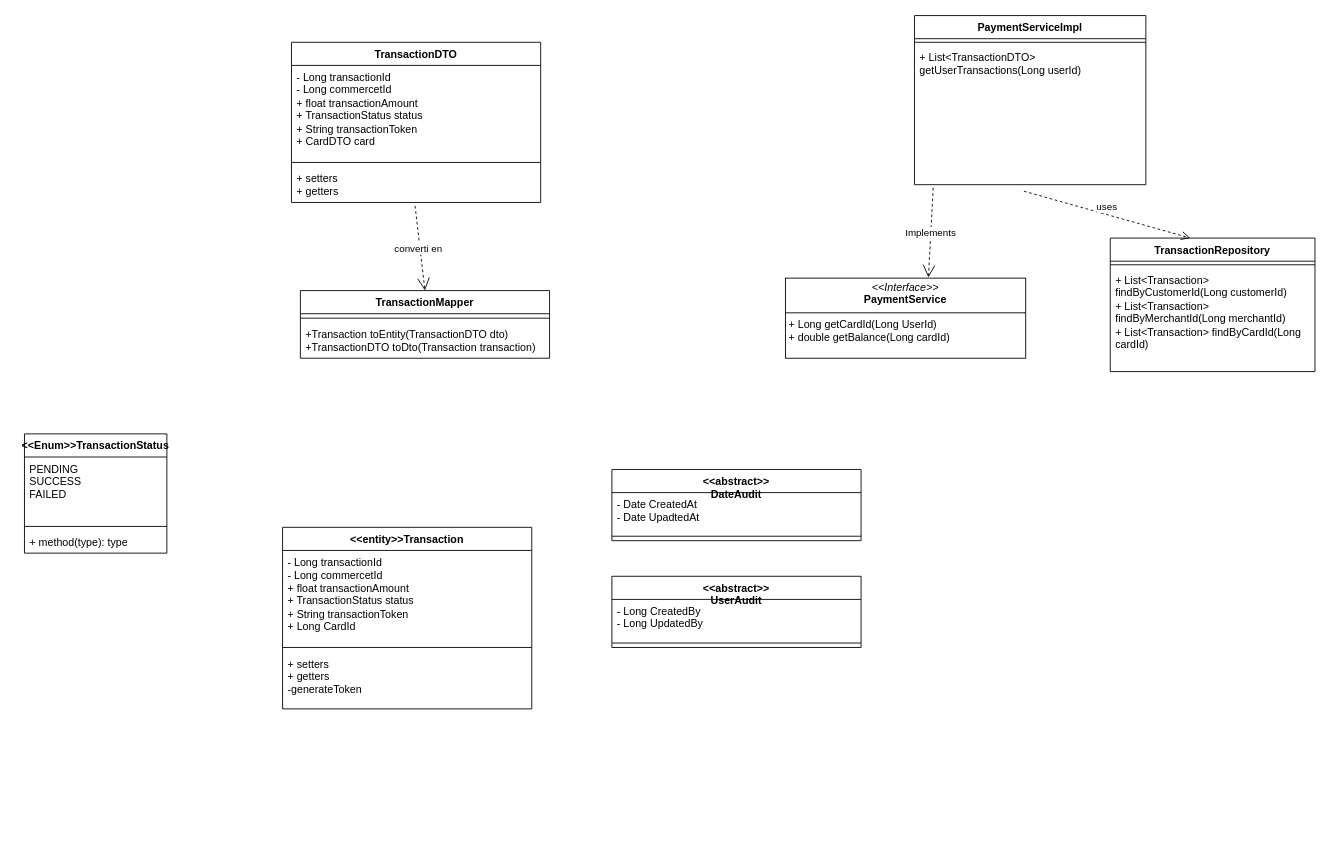
The draw.io diagram Diagramme_de_classe_payment_service.drawio in msisitr/aventix-design, before the edit. Source tidied: cells renumbered, new cells numbered last; positions are measured from the earlier drawing's top-left corner, leaving out a move shared by most shapes. Both pictures are drawn from the tidied source at 89%, with x=0, y=0 at pixel (24, 15).
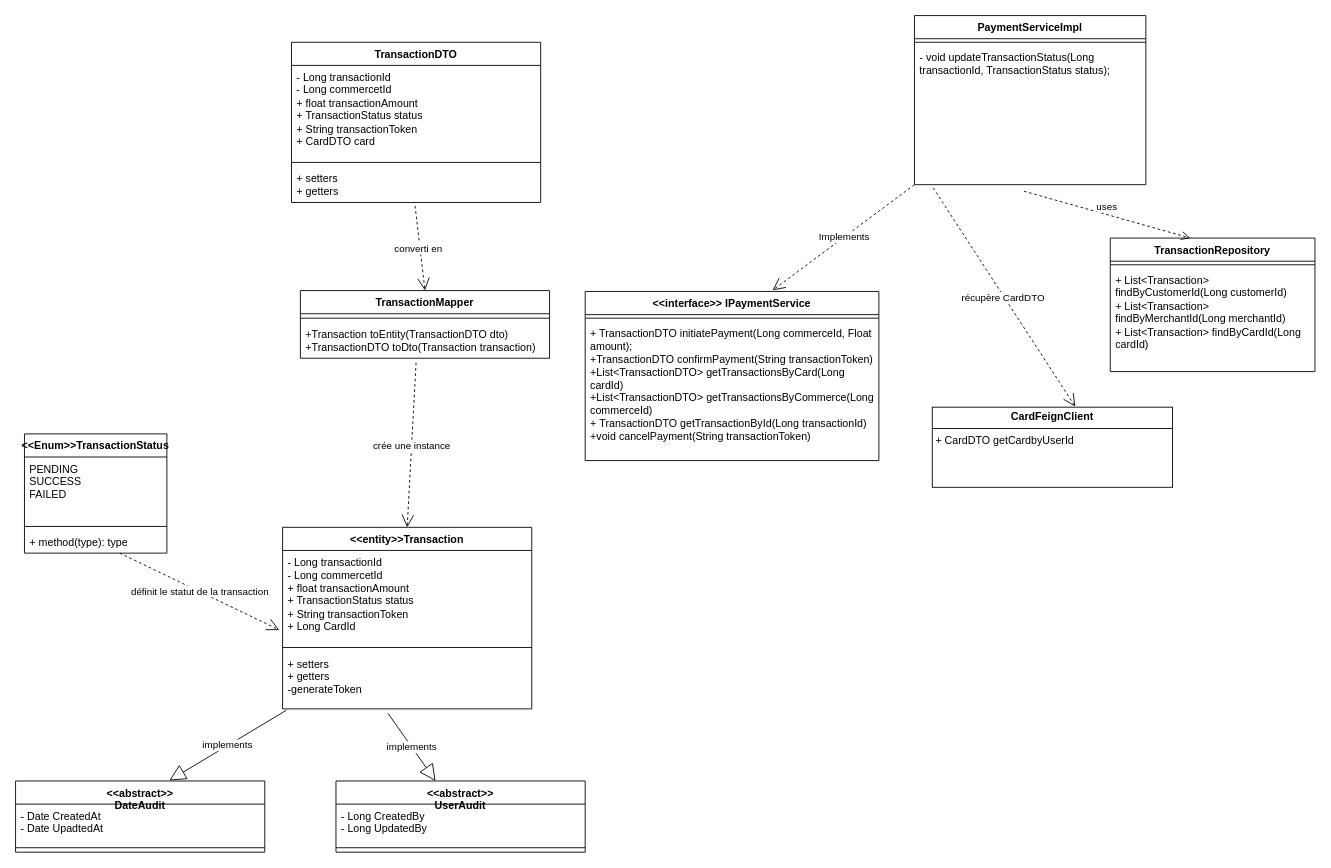
After the change.

Commit message:
manque la verification de l'iPaymentService

The change refers to these unchanged cells:
```xml
<mxCell id="4" value="PaymentServiceImpl" style="swimlane;fontStyle=1;align=center;verticalAlign=top;horizontal=1;startSize=26;whiteSpace=wrap;html=1;" parent="1" vertex="1">
  <mxGeometry x="1000" width="260" height="190" as="geometry" />
</mxCell>
<mxCell id="11" value="&lt;div&gt;&amp;lt;&amp;lt;entity&amp;gt;&amp;gt;&lt;span style=&quot;background-color: transparent; color: light-dark(rgb(0, 0, 0), rgb(255, 255, 255));&quot;&gt;Transaction&lt;/span&gt;&lt;/div&gt;" style="swimlane;fontStyle=1;align=center;verticalAlign=top;horizontal=1;startSize=26;whiteSpace=wrap;html=1;" parent="1" vertex="1">
  <mxGeometry x="290" y="575" width="280" height="204" as="geometry" />
</mxCell>
<mxCell id="12" value="- Long transactionId&lt;div&gt;- Long commercetId&lt;/div&gt;&lt;div&gt;+ float transactionAmount&amp;nbsp;&lt;/div&gt;&lt;div&gt;+ TransactionStatus status&lt;/div&gt;&lt;div&gt;+ String transactionToken&lt;/div&gt;&lt;div&gt;+ Long CardId&lt;/div&gt;&lt;div&gt;&lt;br&gt;&lt;/div&gt;&lt;div&gt;&lt;br&gt;&lt;/div&gt;&lt;div&gt;&lt;br&gt;&lt;/div&gt;" style="text;strokeColor=none;fillColor=none;align=left;verticalAlign=top;spacingLeft=4;spacingRight=4;overflow=hidden;points=[[0,0.5],[1,0.5]];portConstraint=eastwest;whiteSpace=wrap;html=1;" parent="11" vertex="1">
  <mxGeometry y="26" width="280" height="104" as="geometry" />
</mxCell>
<mxCell id="14" value="+ setters&amp;nbsp;&lt;div&gt;+ getters&lt;/div&gt;&lt;div&gt;-generateToken&lt;/div&gt;&lt;div&gt;&amp;nbsp;&lt;/div&gt;&lt;div&gt;&lt;br&gt;&lt;/div&gt;" style="text;strokeColor=none;fillColor=none;align=left;verticalAlign=top;spacingLeft=4;spacingRight=4;overflow=hidden;points=[[0,0.5],[1,0.5]];portConstraint=eastwest;whiteSpace=wrap;html=1;" parent="11" vertex="1">
  <mxGeometry y="140" width="280" height="64" as="geometry" />
</mxCell>
<mxCell id="31" value="+ method(type): type" style="text;strokeColor=none;fillColor=none;align=left;verticalAlign=top;spacingLeft=4;spacingRight=4;overflow=hidden;points=[[0,0.5],[1,0.5]];portConstraint=eastwest;whiteSpace=wrap;html=1;" parent="28" vertex="1">
  <mxGeometry y="108" width="160" height="26" as="geometry" />
</mxCell>
```

The edit, as a diff of the source:
```diff
@@
-    <mxCell id="2" value="&lt;p style=&quot;margin:0px;margin-top:4px;text-align:center;&quot;&gt;&lt;i&gt;&amp;lt;&amp;lt;Interface&amp;gt;&amp;gt;&lt;/i&gt;&lt;br&gt;&lt;b&gt;PaymentService&lt;/b&gt;&lt;/p&gt;&lt;hr size=&quot;1&quot; style=&quot;border-style:solid;&quot;&gt;&lt;p style=&quot;margin:0px;margin-left:4px;&quot;&gt;&lt;/p&gt;&lt;p style=&quot;margin:0px;margin-left:4px;&quot;&gt;+ Long getCardId(Long UserId)&lt;br&gt;+ double getBalance(Long cardId)&lt;/p&gt;" style="verticalAlign=top;align=left;overflow=fill;html=1;whiteSpace=wrap;" parent="1" vertex="1">
-      <mxGeometry x="855" y="295" width="270" height="90" as="geometry" />
+    <mxCell id="2" value="&lt;p style=&quot;margin:0px;margin-top:4px;text-align:center;&quot;&gt;&lt;b&gt;CardFeignClient&lt;/b&gt;&lt;/p&gt;&lt;hr size=&quot;1&quot; style=&quot;border-style:solid;&quot;&gt;&lt;p style=&quot;margin:0px;margin-left:4px;&quot;&gt;&lt;/p&gt;&lt;p style=&quot;margin:0px;margin-left:4px;&quot;&gt;+ CardDTO getCardbyUserId&lt;/p&gt;&lt;p style=&quot;margin:0px;margin-left:4px;&quot;&gt;&lt;br&gt;&lt;/p&gt;" style="verticalAlign=top;align=left;overflow=fill;html=1;whiteSpace=wrap;" parent="1" vertex="1">
+      <mxGeometry x="1020" y="440" width="270" height="90" as="geometry" />
     </mxCell>
-    <mxCell id="3" value="Implements" style="endArrow=open;endSize=12;dashed=1;html=1;rounded=0;entryX=0.595;entryY=-0.007;entryDx=0;entryDy=0;entryPerimeter=0;exitX=0.081;exitY=1.023;exitDx=0;exitDy=0;exitPerimeter=0;" parent="1" edge="1" source="6" target="2">
+    <mxCell id="3" value="récupère CardDTO&amp;nbsp;" style="endArrow=open;endSize=12;dashed=1;html=1;rounded=0;entryX=0.595;entryY=-0.007;entryDx=0;entryDy=0;entryPerimeter=0;exitX=0.081;exitY=1.023;exitDx=0;exitDy=0;exitPerimeter=0;" parent="1" edge="1" source="6" target="2">
       <mxGeometry relative="1" as="geometry" />
     </mxCell>
@@
-    <mxCell id="6" value="&lt;div&gt;+ List&amp;lt;TransactionDTO&amp;gt; getUserTransactions(Long userId)&lt;/div&gt;&lt;div&gt;&lt;br&gt;&lt;/div&gt;&lt;div&gt;&lt;br&gt;&lt;/div&gt;&lt;div&gt;&amp;nbsp;&lt;/div&gt;&lt;div&gt;&lt;br&gt;&lt;/div&gt;&lt;div&gt;&lt;br&gt;&lt;/div&gt;&lt;div&gt;&lt;br&gt;&lt;/div&gt;" style="text;strokeColor=none;fillColor=none;align=left;verticalAlign=top;spacingLeft=4;spacingRight=4;overflow=hidden;points=[[0,0.5],[1,0.5]];portConstraint=eastwest;whiteSpace=wrap;html=1;" parent="4" vertex="1">
+    <mxCell id="6" value="&lt;div&gt;&lt;span class=&quot;hljs-keyword&quot;&gt;- void&lt;/span&gt; &lt;span class=&quot;hljs-title function_&quot;&gt;updateTransactionStatus&lt;/span&gt;&lt;span class=&quot;hljs-params&quot;&gt;(Long transactionId, TransactionStatus status)&lt;/span&gt;;&lt;/div&gt;" style="text;strokeColor=none;fillColor=none;align=left;verticalAlign=top;spacingLeft=4;spacingRight=4;overflow=hidden;points=[[0,0.5],[1,0.5]];portConstraint=eastwest;whiteSpace=wrap;html=1;" parent="4" vertex="1">
       <mxGeometry y="34" width="260" height="156" as="geometry" />
     </mxCell>
@@
     <mxCell id="22" value="&lt;div&gt;&amp;lt;&amp;lt;abstract&amp;gt;&amp;gt;&lt;/div&gt;&lt;div&gt;DateAudit&lt;/div&gt;" style="swimlane;fontStyle=1;align=center;verticalAlign=top;horizontal=1;startSize=26;whiteSpace=wrap;html=1;" parent="1" vertex="1">
-      <mxGeometry x="660" y="510" width="280" height="80" as="geometry" />
+      <mxGeometry x="-10" y="860" width="280" height="80" as="geometry" />
     </mxCell>
@@
     <mxCell id="25" value="&lt;div&gt;&amp;lt;&amp;lt;abstract&amp;gt;&amp;gt;&lt;/div&gt;&lt;div&gt;UserAudit&lt;/div&gt;" style="swimlane;fontStyle=1;align=center;verticalAlign=top;horizontal=1;startSize=26;whiteSpace=wrap;html=1;" parent="1" vertex="1">
-      <mxGeometry x="660" y="630" width="280" height="80" as="geometry" />
+      <mxGeometry x="350" y="860" width="280" height="80" as="geometry" />
     </mxCell>
@@
+    <mxCell id="33" value="&amp;lt;&amp;lt;interface&amp;gt;&amp;gt; IPaymentService" style="swimlane;fontStyle=1;align=center;verticalAlign=top;horizontal=1;startSize=26;whiteSpace=wrap;html=1;" parent="1" vertex="1">
+      <mxGeometry x="630" y="310" width="330" height="190" as="geometry" />
+    </mxCell>
+    <mxCell id="34" style="line;strokeWidth=1;fillColor=none;align=left;verticalAlign=middle;spacingTop=-1;spacingLeft=3;spacingRight=3;labelPosition=right;strokeColor=inherit;" parent="33" vertex="1">
+      <mxGeometry y="26" width="330" height="8" as="geometry" />
+    </mxCell>
+    <mxCell id="35" value="+ TransactionDTO &lt;span class=&quot;hljs-title function_&quot;&gt;initiatePayment&lt;/span&gt;&lt;span class=&quot;hljs-params&quot;&gt;(Long commerceId, Float amount)&lt;/span&gt;;&lt;div&gt;+TransactionDTO &lt;span class=&quot;hljs-title function_&quot;&gt;confirmPayment&lt;/span&gt;&lt;span class=&quot;hljs-params&quot;&gt;(String transactionToken)&lt;/span&gt;&lt;/div&gt;&lt;div&gt;&lt;span class=&quot;hljs-params&quot;&gt;+&lt;/span&gt;&lt;span style=&quot;background-color: transparent; color: light-dark(rgb(0, 0, 0), rgb(255, 255, 255));&quot;&gt;List&amp;lt;TransactionDTO&amp;gt; &lt;/span&gt;&lt;span style=&quot;background-color: transparent; color: light-dark(rgb(0, 0, 0), rgb(255, 255, 255));&quot; class=&quot;hljs-title function_&quot;&gt;getTransactionsByCard&lt;/span&gt;&lt;span style=&quot;background-color: transparent; color: light-dark(rgb(0, 0, 0), rgb(255, 255, 255));&quot; class=&quot;hljs-params&quot;&gt;(Long cardId)&lt;/span&gt;&lt;/div&gt;&lt;div&gt;&lt;span style=&quot;background-color: transparent; color: light-dark(rgb(0, 0, 0), rgb(255, 255, 255));&quot; class=&quot;hljs-params&quot;&gt;+&lt;/span&gt;&lt;span style=&quot;background-color: transparent; color: light-dark(rgb(0, 0, 0), rgb(255, 255, 255));&quot;&gt;List&amp;lt;TransactionDTO&amp;gt; &lt;/span&gt;&lt;span style=&quot;background-color: transparent; color: light-dark(rgb(0, 0, 0), rgb(255, 255, 255));&quot; class=&quot;hljs-title function_&quot;&gt;getTransactionsByCommerce&lt;/span&gt;&lt;span style=&quot;background-color: transparent; color: light-dark(rgb(0, 0, 0), rgb(255, 255, 255));&quot; class=&quot;hljs-params&quot;&gt;(Long commerceId)&lt;/span&gt;&lt;/div&gt;&lt;div&gt;&lt;span style=&quot;background-color: transparent; color: light-dark(rgb(0, 0, 0), rgb(255, 255, 255));&quot; class=&quot;hljs-params&quot;&gt;+&amp;nbsp;&lt;/span&gt;&lt;span style=&quot;background-color: transparent; color: light-dark(rgb(0, 0, 0), rgb(255, 255, 255));&quot;&gt;TransactionDTO &lt;/span&gt;&lt;span style=&quot;background-color: transparent; color: light-dark(rgb(0, 0, 0), rgb(255, 255, 255));&quot; class=&quot;hljs-title function_&quot;&gt;getTransactionById&lt;/span&gt;&lt;span style=&quot;background-color: transparent; color: light-dark(rgb(0, 0, 0), rgb(255, 255, 255));&quot; class=&quot;hljs-params&quot;&gt;(Long transactionId)&lt;/span&gt;&lt;/div&gt;&lt;div&gt;&lt;span style=&quot;background-color: transparent; color: light-dark(rgb(0, 0, 0), rgb(255, 255, 255));&quot; class=&quot;hljs-params&quot;&gt;+&lt;/span&gt;&lt;span style=&quot;background-color: transparent; color: light-dark(rgb(0, 0, 0), rgb(255, 255, 255));&quot; class=&quot;hljs-keyword&quot;&gt;void&lt;/span&gt;&lt;span style=&quot;background-color: transparent; color: light-dark(rgb(0, 0, 0), rgb(255, 255, 255));&quot;&gt; &lt;/span&gt;&lt;span style=&quot;background-color: transparent; color: light-dark(rgb(0, 0, 0), rgb(255, 255, 255));&quot; class=&quot;hljs-title function_&quot;&gt;cancelPayment&lt;/span&gt;&lt;span style=&quot;background-color: transparent; color: light-dark(rgb(0, 0, 0), rgb(255, 255, 255));&quot; class=&quot;hljs-params&quot;&gt;(String transactionToken)&lt;/span&gt;&lt;/div&gt;" style="text;strokeColor=none;fillColor=none;align=left;verticalAlign=top;spacingLeft=4;spacingRight=4;overflow=hidden;whiteSpace=wrap;html=1;" parent="33" vertex="1">
+      <mxGeometry y="34" width="330" height="156" as="geometry" />
+    </mxCell>
+    <mxCell id="36" value="Implements" style="endArrow=open;endSize=12;dashed=1;html=1;rounded=0;exitX=0;exitY=1;exitDx=0;exitDy=0;exitPerimeter=0;entryX=0.638;entryY=-0.007;entryDx=0;entryDy=0;entryPerimeter=0;" parent="1" edge="1" source="6" target="33">
+      <mxGeometry relative="1" as="geometry" />
+    </mxCell>
+    <mxCell id="37" value="crée une instance" style="endArrow=open;endSize=12;dashed=1;html=1;rounded=0;entryX=0.5;entryY=0;entryDx=0;entryDy=0;" parent="1" edge="1" target="11">
+      <mxGeometry relative="1" as="geometry">
+        <mxPoint x="440" y="390" as="sourcePoint" />
+      </mxGeometry>
+    </mxCell>
+    <mxCell id="38" value="définit le statut de la transaction" style="endArrow=open;endSize=12;dashed=1;html=1;rounded=0;entryX=-0.013;entryY=0.859;entryDx=0;entryDy=0;entryPerimeter=0;" parent="1" edge="1" source="31" target="12">
+      <mxGeometry relative="1" as="geometry" />
+    </mxCell>
+    <mxCell id="39" value="implements" style="endArrow=block;endSize=16;endFill=0;html=1;rounded=0;exitX=0.015;exitY=1.025;exitDx=0;exitDy=0;exitPerimeter=0;entryX=0.617;entryY=-0.007;entryDx=0;entryDy=0;entryPerimeter=0;" parent="1" edge="1" source="14" target="22">
+      <mxGeometry relative="1" as="geometry" />
+    </mxCell>
+    <mxCell id="40" value="implements" style="endArrow=block;endSize=16;endFill=0;html=1;rounded=0;exitX=0.423;exitY=1.078;exitDx=0;exitDy=0;exitPerimeter=0;" parent="1" edge="1" source="14" target="25">
+      <mxGeometry relative="1" as="geometry" />
+    </mxCell>
```
